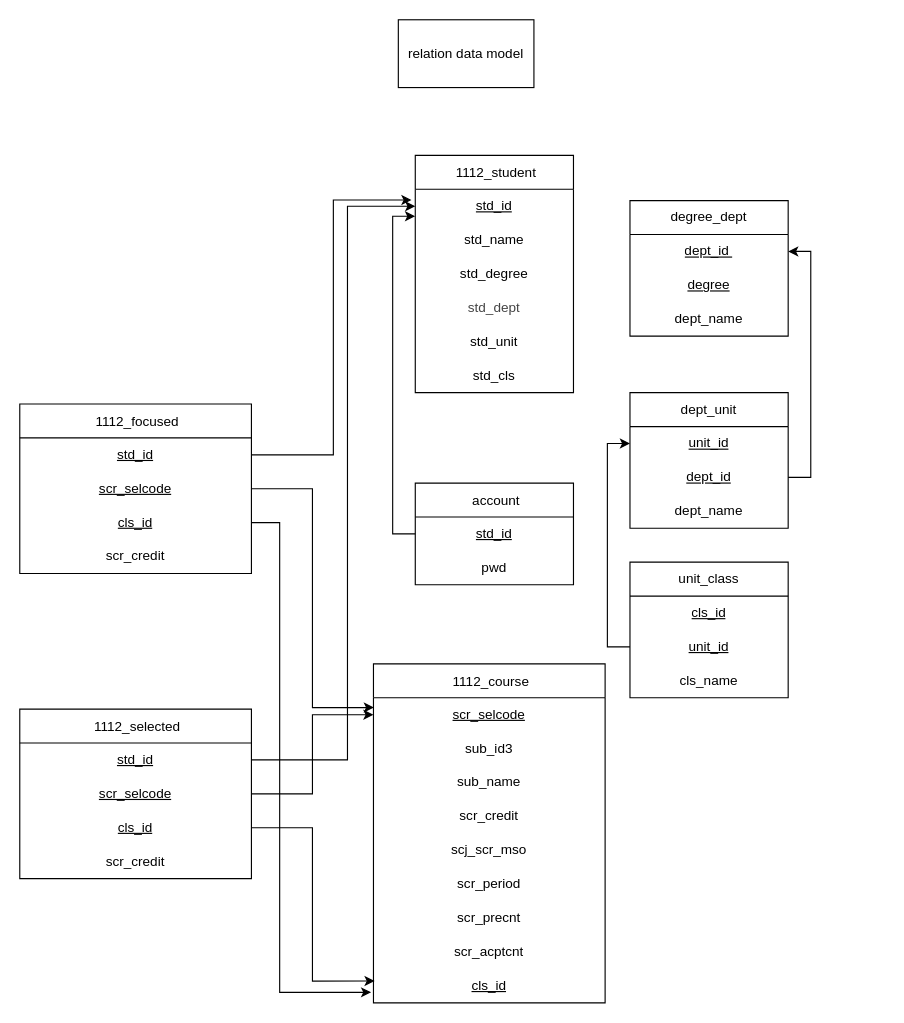
The draw.io diagram DB Schema 設計/relation data model.drawio in SparrowTen/FCU_CourseSearch, before the edit. Source tidied: cells renumbered, new cells numbered last; positions are measured from the earlier drawing's top-left corner, leaving out a move shared by most shapes. Both pictures are drawn from the tidied source at 113%, with x=0, y=0 at pixel (19, 19).
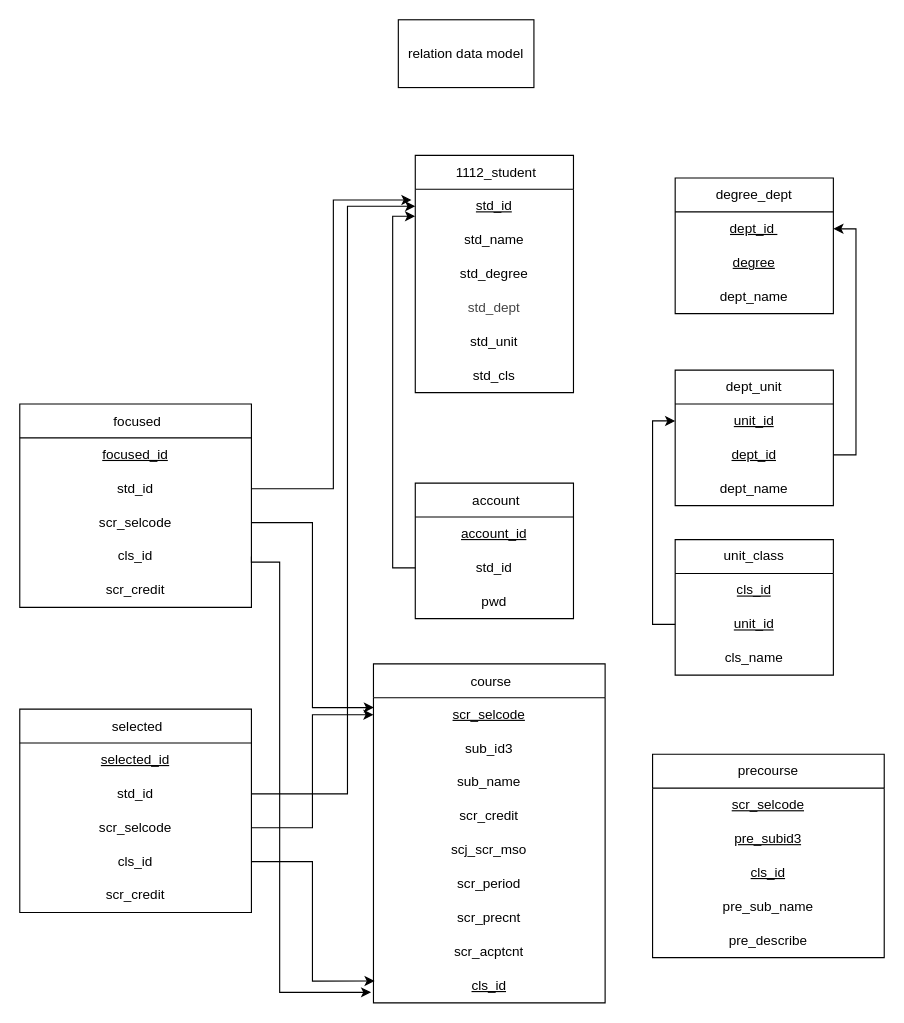
After the change.

Commit message:
新增前置課程

The change refers to these unchanged cells:
```xml
<mxCell id="12" value="&lt;div style=&quot;line-height: 19px; font-size: 12px;&quot;&gt;&lt;font style=&quot;font-size: 12px;&quot;&gt;cls_id&lt;/font&gt;&lt;br style=&quot;font-size: 12px;&quot;&gt;&lt;/div&gt;" style="text;strokeColor=none;fillColor=none;align=center;verticalAlign=middle;spacingLeft=4;spacingRight=4;overflow=hidden;points=[[0,0.5],[1,0.5]];portConstraint=eastwest;html=1;whiteSpace=wrap;labelBackgroundColor=none;fontColor=default;fontFamily=Helvetica;fontStyle=4;fontSize=12;" parent="3" vertex="1">
  <mxGeometry y="270" width="205" height="30" as="geometry" />
</mxCell>
<mxCell id="14" value="std_id" style="text;strokeColor=none;fillColor=none;align=center;verticalAlign=middle;spacingLeft=4;spacingRight=4;overflow=hidden;points=[[0,0.5],[1,0.5]];portConstraint=eastwest;whiteSpace=wrap;html=1;fontStyle=4;fontFamily=Helvetica;fontSize=12;" parent="13" vertex="1">
  <mxGeometry y="30" width="140" height="30" as="geometry" />
</mxCell>
```

The edit, as a diff of the source:
```diff
@@
-    <mxCell id="3" value="&lt;a style=&quot;box-sizing: border-box; color: rgb(0, 0, 0); text-decoration-line: none; padding-left: 0.3em; line-height: 1.5em; height: 1.5em; position: relative; z-index: 100; vertical-align: sub; font-size: 12px; text-align: left;&quot; title=&quot;瀏覽&quot; href=&quot;http://localhost/phpmyadmin/index.php?route=/sql&amp;amp;pos=0&amp;amp;db=fcu&amp;amp;table=1112_course&quot; class=&quot;hover_show_full&quot;&gt;1112_course&lt;/a&gt;" style="swimlane;fontStyle=0;horizontal=1;startSize=30;whiteSpace=wrap;html=1;fontFamily=Helvetica;fontSize=12;" parent="1" vertex="1">
+    <mxCell id="3" value="&lt;a style=&quot;box-sizing: border-box; color: rgb(0, 0, 0); text-decoration-line: none; padding-left: 0.3em; line-height: 1.5em; height: 1.5em; position: relative; z-index: 100; vertical-align: sub; font-size: 12px; text-align: left;&quot; title=&quot;瀏覽&quot; href=&quot;http://localhost/phpmyadmin/index.php?route=/sql&amp;amp;pos=0&amp;amp;db=fcu&amp;amp;table=1112_course&quot; class=&quot;hover_show_full&quot;&gt;course&lt;/a&gt;" style="swimlane;fontStyle=0;horizontal=1;startSize=30;whiteSpace=wrap;html=1;fontFamily=Helvetica;fontSize=12;" parent="1" vertex="1">
       <mxGeometry x="313" y="570" width="205" height="300" as="geometry" />
     </mxCell>
@@
-    <mxCell id="20" value="&lt;a style=&quot;box-sizing: border-box; color: rgb(0, 0, 0); text-decoration-line: none; padding-left: 0.3em; line-height: 1.5em; height: 1.5em; position: relative; z-index: 100; vertical-align: sub; font-size: 12px; text-align: left;&quot; title=&quot;瀏覽&quot; href=&quot;http://localhost/phpmyadmin/index.php?route=/sql&amp;amp;pos=0&amp;amp;db=fcu&amp;amp;table=1112_focused&quot; class=&quot;hover_show_full&quot;&gt;1112_focused&lt;/a&gt;" style="swimlane;fontStyle=0;horizontal=1;startSize=30;whiteSpace=wrap;html=1;fontFamily=Helvetica;fontSize=12;" parent="1" vertex="1">
-      <mxGeometry y="340" width="205" height="150" as="geometry" />
+    <mxCell id="20" value="&lt;a style=&quot;box-sizing: border-box; color: rgb(0, 0, 0); text-decoration-line: none; padding-left: 0.3em; line-height: 1.5em; height: 1.5em; position: relative; z-index: 100; vertical-align: sub; font-size: 12px; text-align: left;&quot; title=&quot;瀏覽&quot; href=&quot;http://localhost/phpmyadmin/index.php?route=/sql&amp;amp;pos=0&amp;amp;db=fcu&amp;amp;table=1112_focused&quot; class=&quot;hover_show_full&quot;&gt;focused&lt;/a&gt;" style="swimlane;fontStyle=0;horizontal=1;startSize=30;whiteSpace=wrap;html=1;fontFamily=Helvetica;fontSize=12;" parent="1" vertex="1">
+      <mxGeometry y="340" width="205" height="180" as="geometry" />
     </mxCell>
+    <mxCell id="54" value="focused_id" style="text;strokeColor=none;fillColor=none;align=center;verticalAlign=middle;spacingLeft=4;spacingRight=4;overflow=hidden;whiteSpace=wrap;html=1;fontStyle=4;fontFamily=Helvetica;fontSize=12;" parent="20" vertex="1">
+      <mxGeometry y="30" width="205" height="30" as="geometry" />
+    </mxCell>
-    <mxCell id="21" value="std_id" style="text;strokeColor=none;fillColor=none;align=center;verticalAlign=middle;spacingLeft=4;spacingRight=4;overflow=hidden;points=[[0,0.5],[1,0.5]];portConstraint=eastwest;whiteSpace=wrap;html=1;fontStyle=4;fontFamily=Helvetica;fontSize=12;" parent="20" vertex="1">
-      <mxGeometry y="30" width="205" height="30" as="geometry" />
+    <mxCell id="21" value="std_id" style="text;strokeColor=none;fillColor=none;align=center;verticalAlign=middle;spacingLeft=4;spacingRight=4;overflow=hidden;points=[[0,0.5],[1,0.5]];portConstraint=eastwest;whiteSpace=wrap;html=1;fontStyle=0;fontFamily=Helvetica;fontSize=12;" parent="20" vertex="1">
+      <mxGeometry y="60" width="205" height="30" as="geometry" />
     </mxCell>
-    <mxCell id="22" value="scr_selcode" style="text;strokeColor=none;fillColor=none;align=center;verticalAlign=middle;spacingLeft=4;spacingRight=4;overflow=hidden;points=[[0,0.5],[1,0.5]];portConstraint=eastwest;whiteSpace=wrap;html=1;fontStyle=4;fontFamily=Helvetica;fontSize=12;" parent="20" vertex="1">
-      <mxGeometry y="60" width="205" height="30" as="geometry" />
+    <mxCell id="22" value="scr_selcode" style="text;strokeColor=none;fillColor=none;align=center;verticalAlign=middle;spacingLeft=4;spacingRight=4;overflow=hidden;points=[[0,0.5],[1,0.5]];portConstraint=eastwest;whiteSpace=wrap;html=1;fontStyle=0;fontFamily=Helvetica;fontSize=12;" parent="20" vertex="1">
+      <mxGeometry y="90" width="205" height="30" as="geometry" />
     </mxCell>
-    <mxCell id="23" value="cls_id" style="text;strokeColor=none;fillColor=none;align=center;verticalAlign=middle;spacingLeft=4;spacingRight=4;overflow=hidden;points=[[0,0.5],[1,0.5]];portConstraint=eastwest;whiteSpace=wrap;html=1;fontStyle=4;fontFamily=Helvetica;fontSize=12;" parent="20" vertex="1">
-      <mxGeometry y="90" width="205" height="30" as="geometry" />
+    <mxCell id="23" value="cls_id" style="text;strokeColor=none;fillColor=none;align=center;verticalAlign=middle;spacingLeft=4;spacingRight=4;overflow=hidden;points=[[0,0.5],[1,0.5]];portConstraint=eastwest;whiteSpace=wrap;html=1;fontStyle=0;fontFamily=Helvetica;fontSize=12;" parent="20" vertex="1">
+      <mxGeometry y="120" width="205" height="30" as="geometry" />
     </mxCell>
     <mxCell id="24" value="scr_credit" style="text;strokeColor=none;fillColor=none;align=center;verticalAlign=middle;spacingLeft=4;spacingRight=4;overflow=hidden;whiteSpace=wrap;html=1;fontFamily=Helvetica;fontSize=12;" parent="20" vertex="1">
-      <mxGeometry y="120" width="205" height="30" as="geometry" />
+      <mxGeometry y="150" width="205" height="30" as="geometry" />
     </mxCell>
-    <mxCell id="25" value="&lt;a style=&quot;box-sizing: border-box; color: rgb(0, 0, 0); text-decoration-line: none; padding-left: 0.3em; line-height: 1.5em; height: 1.5em; position: relative; z-index: 100; vertical-align: sub; font-size: 12px; text-align: left;&quot; title=&quot;瀏覽&quot; href=&quot;http://localhost/phpmyadmin/index.php?route=/sql&amp;amp;pos=0&amp;amp;db=fcu&amp;amp;table=1112_selected&quot; class=&quot;hover_show_full&quot;&gt;1112_selected&lt;/a&gt;" style="swimlane;fontStyle=0;horizontal=1;startSize=30;whiteSpace=wrap;html=1;fontFamily=Helvetica;fontSize=12;" parent="1" vertex="1">
-      <mxGeometry y="610" width="205" height="150" as="geometry" />
+    <mxCell id="25" value="&lt;a style=&quot;box-sizing: border-box; color: rgb(0, 0, 0); text-decoration-line: none; padding-left: 0.3em; line-height: 1.5em; height: 1.5em; position: relative; z-index: 100; vertical-align: sub; font-size: 12px; text-align: left;&quot; title=&quot;瀏覽&quot; href=&quot;http://localhost/phpmyadmin/index.php?route=/sql&amp;amp;pos=0&amp;amp;db=fcu&amp;amp;table=1112_selected&quot; class=&quot;hover_show_full&quot;&gt;selected&lt;/a&gt;" style="swimlane;fontStyle=0;horizontal=1;startSize=30;whiteSpace=wrap;html=1;fontFamily=Helvetica;fontSize=12;" parent="1" vertex="1">
+      <mxGeometry y="610" width="205" height="180" as="geometry" />
     </mxCell>
+    <mxCell id="55" value="selected_id" style="text;strokeColor=none;fillColor=none;align=center;verticalAlign=middle;spacingLeft=4;spacingRight=4;overflow=hidden;whiteSpace=wrap;html=1;fontStyle=4;fontFamily=Helvetica;fontSize=12;" parent="25" vertex="1">
+      <mxGeometry y="30" width="205" height="30" as="geometry" />
+    </mxCell>
-    <mxCell id="26" value="std_id" style="text;strokeColor=none;fillColor=none;align=center;verticalAlign=middle;spacingLeft=4;spacingRight=4;overflow=hidden;points=[[0,0.5],[1,0.5]];portConstraint=eastwest;whiteSpace=wrap;html=1;fontStyle=4;fontFamily=Helvetica;fontSize=12;" parent="25" vertex="1">
-      <mxGeometry y="30" width="205" height="30" as="geometry" />
+    <mxCell id="26" value="std_id" style="text;strokeColor=none;fillColor=none;align=center;verticalAlign=middle;spacingLeft=4;spacingRight=4;overflow=hidden;points=[[0,0.5],[1,0.5]];portConstraint=eastwest;whiteSpace=wrap;html=1;fontStyle=0;fontFamily=Helvetica;fontSize=12;" parent="25" vertex="1">
+      <mxGeometry y="60" width="205" height="30" as="geometry" />
     </mxCell>
-    <mxCell id="27" value="scr_selcode" style="text;strokeColor=none;fillColor=none;align=center;verticalAlign=middle;spacingLeft=4;spacingRight=4;overflow=hidden;points=[[0,0.5],[1,0.5]];portConstraint=eastwest;whiteSpace=wrap;html=1;fontStyle=4;fontFamily=Helvetica;fontSize=12;" parent="25" vertex="1">
-      <mxGeometry y="60" width="205" height="30" as="geometry" />
+    <mxCell id="27" value="scr_selcode" style="text;strokeColor=none;fillColor=none;align=center;verticalAlign=middle;spacingLeft=4;spacingRight=4;overflow=hidden;points=[[0,0.5],[1,0.5]];portConstraint=eastwest;whiteSpace=wrap;html=1;fontStyle=0;fontFamily=Helvetica;fontSize=12;" parent="25" vertex="1">
+      <mxGeometry y="90" width="205" height="30" as="geometry" />
     </mxCell>
-    <mxCell id="28" value="cls_id" style="text;strokeColor=none;fillColor=none;align=center;verticalAlign=middle;spacingLeft=4;spacingRight=4;overflow=hidden;points=[[0,0.5],[1,0.5]];portConstraint=eastwest;whiteSpace=wrap;html=1;fontStyle=4;fontFamily=Helvetica;fontSize=12;" parent="25" vertex="1">
-      <mxGeometry y="90" width="205" height="30" as="geometry" />
+    <mxCell id="28" value="cls_id" style="text;strokeColor=none;fillColor=none;align=center;verticalAlign=middle;spacingLeft=4;spacingRight=4;overflow=hidden;points=[[0,0.5],[1,0.5]];portConstraint=eastwest;whiteSpace=wrap;html=1;fontStyle=0;fontFamily=Helvetica;fontSize=12;" parent="25" vertex="1">
+      <mxGeometry y="120" width="205" height="30" as="geometry" />
     </mxCell>
     <mxCell id="29" value="scr_credit" style="text;strokeColor=none;fillColor=none;align=center;verticalAlign=middle;spacingLeft=4;spacingRight=4;overflow=hidden;whiteSpace=wrap;html=1;fontFamily=Helvetica;fontSize=12;" parent="25" vertex="1">
-      <mxGeometry y="120" width="205" height="30" as="geometry" />
+      <mxGeometry y="150" width="205" height="30" as="geometry" />
     </mxCell>
     <mxCell id="30" value="&lt;a style=&quot;box-sizing: border-box; color: rgb(0, 0, 0); text-decoration-line: none; padding-left: 0.3em; line-height: 1.5em; height: 1.5em; position: relative; z-index: 100; vertical-align: sub; font-size: 12px; text-align: left;&quot; title=&quot;瀏覽&quot; href=&quot;http://localhost/phpmyadmin/index.php?route=/sql&amp;amp;pos=0&amp;amp;db=fcu&amp;amp;table=account&quot; class=&quot;hover_show_full&quot;&gt;account&lt;/a&gt;" style="swimlane;fontStyle=0;horizontal=1;startSize=30;whiteSpace=wrap;html=1;fontFamily=Helvetica;fontSize=12;" parent="1" vertex="1">
-      <mxGeometry x="350" y="410" width="140" height="90" as="geometry" />
+      <mxGeometry x="350" y="410" width="140" height="120" as="geometry" />
     </mxCell>
+    <mxCell id="56" value="account_id" style="text;strokeColor=none;fillColor=none;align=center;verticalAlign=middle;spacingLeft=4;spacingRight=4;overflow=hidden;whiteSpace=wrap;html=1;fontStyle=4;fontFamily=Helvetica;fontSize=12;" parent="30" vertex="1">
+      <mxGeometry y="30" width="140" height="30" as="geometry" />
+    </mxCell>
-    <mxCell id="31" value="std_id" style="text;strokeColor=none;fillColor=none;align=center;verticalAlign=middle;spacingLeft=4;spacingRight=4;overflow=hidden;points=[[0,0.5],[1,0.5]];portConstraint=eastwest;whiteSpace=wrap;html=1;fontStyle=4;fontFamily=Helvetica;fontSize=12;" parent="30" vertex="1">
-      <mxGeometry y="30" width="140" height="30" as="geometry" />
+    <mxCell id="31" value="std_id" style="text;strokeColor=none;fillColor=none;align=center;verticalAlign=middle;spacingLeft=4;spacingRight=4;overflow=hidden;points=[[0,0.5],[1,0.5]];portConstraint=eastwest;whiteSpace=wrap;html=1;fontStyle=0;fontFamily=Helvetica;fontSize=12;" parent="30" vertex="1">
+      <mxGeometry y="60" width="140" height="30" as="geometry" />
     </mxCell>
     <mxCell id="32" value="pwd" style="text;strokeColor=none;fillColor=none;align=center;verticalAlign=middle;spacingLeft=4;spacingRight=4;overflow=hidden;whiteSpace=wrap;html=1;fontFamily=Helvetica;fontSize=12;" parent="30" vertex="1">
-      <mxGeometry y="60" width="140" height="30" as="geometry" />
+      <mxGeometry y="90" width="140" height="30" as="geometry" />
     </mxCell>
     <mxCell id="33" value="degree_dept" style="swimlane;fontStyle=0;horizontal=1;startSize=30;whiteSpace=wrap;html=1;fontFamily=Helvetica;fontSize=12;" parent="1" vertex="1">
-      <mxGeometry x="540" y="160" width="140" height="120" as="geometry" />
+      <mxGeometry x="580" y="140" width="140" height="120" as="geometry" />
     </mxCell>
@@
     <mxCell id="37" value="dept_unit" style="swimlane;fontStyle=0;horizontal=1;startSize=30;whiteSpace=wrap;html=1;fontFamily=Helvetica;fontSize=12;" parent="1" vertex="1">
-      <mxGeometry x="540" y="330" width="140" height="120" as="geometry" />
+      <mxGeometry x="580" y="310" width="140" height="120" as="geometry" />
     </mxCell>
@@
     <mxCell id="41" value="unit_class" style="swimlane;fontStyle=0;horizontal=1;startSize=30;whiteSpace=wrap;html=1;fontFamily=Helvetica;fontSize=12;" parent="1" vertex="1">
-      <mxGeometry x="540" y="480" width="140" height="120" as="geometry" />
+      <mxGeometry x="580" y="460" width="140" height="120" as="geometry" />
     </mxCell>
@@
     <mxCell id="48" style="edgeStyle=orthogonalEdgeStyle;rounded=0;jettySize=auto;html=1;exitX=1;exitY=0.5;exitDx=0;exitDy=0;entryX=0;entryY=0.5;entryDx=0;entryDy=0;" parent="1" edge="1" source="26" target="14">
       <mxGeometry relative="1" as="geometry">
         <Array as="points">
-          <mxPoint x="290" y="655" />
+          <mxPoint x="290" y="685" />
           <mxPoint x="290" y="165" />
         </Array>
       </mxGeometry>
     </mxCell>
@@
     <mxCell id="51" style="edgeStyle=orthogonalEdgeStyle;rounded=0;jettySize=auto;html=1;exitX=1;exitY=0.5;exitDx=0;exitDy=0;entryX=-0.01;entryY=0.69;entryDx=0;entryDy=0;entryPerimeter=0;" parent="1" edge="1" source="23" target="12">
       <mxGeometry relative="1" as="geometry">
         <Array as="points">
-          <mxPoint x="230" y="445" />
+          <mxPoint x="205" y="480" />
+          <mxPoint x="230" y="480" />
           <mxPoint x="230" y="861" />
         </Array>
       </mxGeometry>
     </mxCell>
@@
+    <mxCell id="57" value="precourse" style="swimlane;fontStyle=0;horizontal=1;startSize=30;whiteSpace=wrap;html=1;fontFamily=Helvetica;fontSize=12;" parent="1" vertex="1">
+      <mxGeometry x="560" y="650" width="205" height="180" as="geometry" />
+    </mxCell>
+    <mxCell id="58" value="scr_selcode" style="text;strokeColor=none;fillColor=none;align=center;verticalAlign=middle;spacingLeft=4;spacingRight=4;overflow=hidden;whiteSpace=wrap;html=1;fontStyle=4;fontFamily=Helvetica;fontSize=12;" parent="57" vertex="1">
+      <mxGeometry y="30" width="205" height="30" as="geometry" />
+    </mxCell>
+    <mxCell id="59" value="pre_subid3" style="text;strokeColor=none;fillColor=none;align=center;verticalAlign=middle;spacingLeft=4;spacingRight=4;overflow=hidden;whiteSpace=wrap;html=1;fontFamily=Helvetica;fontSize=12;fontStyle=4;" parent="57" vertex="1">
+      <mxGeometry y="60" width="205" height="30" as="geometry" />
+    </mxCell>
+    <mxCell id="60" value="&lt;div style=&quot;line-height: 19px; font-size: 12px;&quot;&gt;&lt;font style=&quot;font-size: 12px;&quot;&gt;cls_id&lt;/font&gt;&lt;br style=&quot;font-size: 12px;&quot;&gt;&lt;/div&gt;" style="text;strokeColor=none;fillColor=none;align=center;verticalAlign=middle;spacingLeft=4;spacingRight=4;overflow=hidden;html=1;whiteSpace=wrap;labelBackgroundColor=none;fontColor=default;fontFamily=Helvetica;fontStyle=4;fontSize=12;" parent="57" vertex="1">
+      <mxGeometry y="90" width="205" height="30" as="geometry" />
+    </mxCell>
+    <mxCell id="61" value="pre_sub_name" style="text;strokeColor=none;fillColor=none;align=center;verticalAlign=middle;spacingLeft=4;spacingRight=4;overflow=hidden;whiteSpace=wrap;html=1;fontFamily=Helvetica;fontSize=12;" parent="57" vertex="1">
+      <mxGeometry y="120" width="205" height="30" as="geometry" />
+    </mxCell>
+    <mxCell id="62" value="&lt;div style=&quot;line-height: 19px; font-size: 12px;&quot;&gt;&lt;font style=&quot;font-size: 12px;&quot;&gt;pre_describe&lt;/font&gt;&lt;br style=&quot;font-size: 12px;&quot;&gt;&lt;/div&gt;" style="text;strokeColor=none;fillColor=none;align=center;verticalAlign=middle;spacingLeft=4;spacingRight=4;overflow=hidden;html=1;whiteSpace=wrap;labelBackgroundColor=none;fontColor=default;fontFamily=Helvetica;fontSize=12;" parent="57" vertex="1">
+      <mxGeometry y="150" width="205" height="30" as="geometry" />
+    </mxCell>
```
